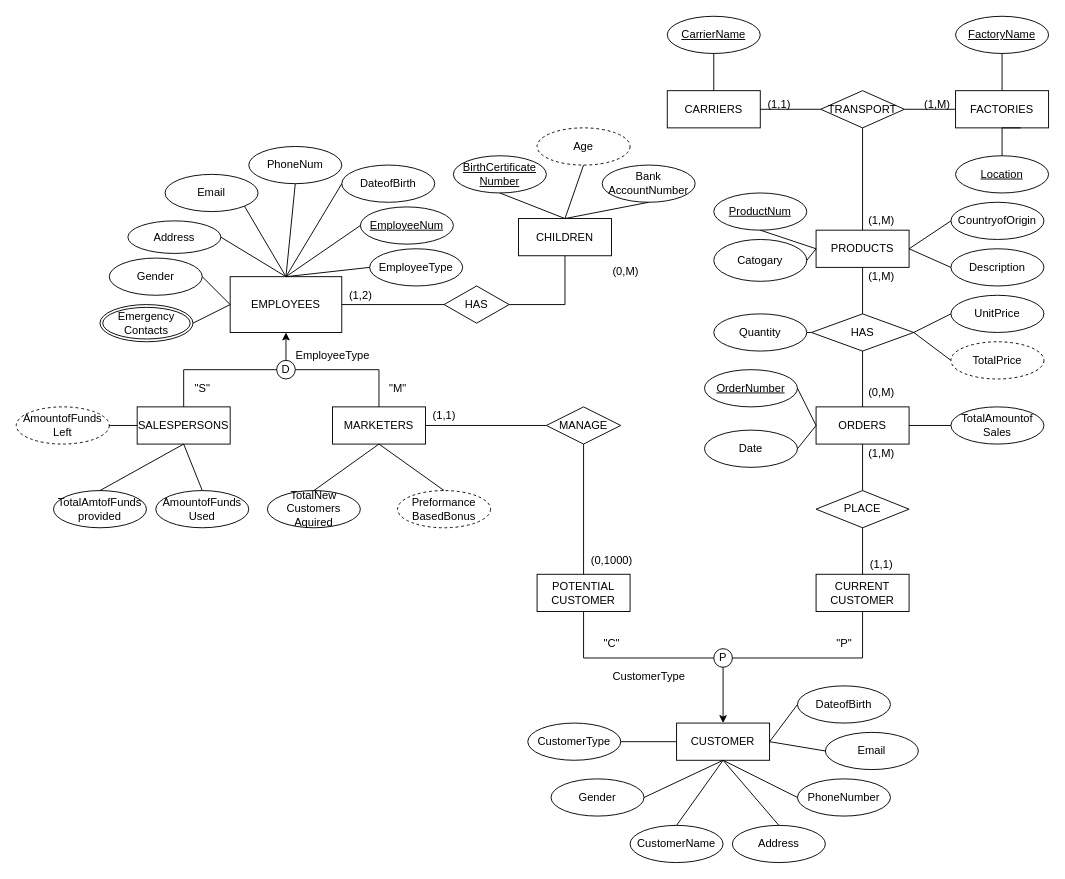
Above: Assignment 1.drawio in ZZZPraneethZZZ/Draw.IO-Test (draw.io), before the change. Source tidied: cells renumbered, new cells numbered last; positions are measured from the earlier drawing's top-left corner, leaving out a move shared by most shapes. Both pictures are drawn from the tidied source at 93%, with x=0, y=0 at pixel (16, 16).
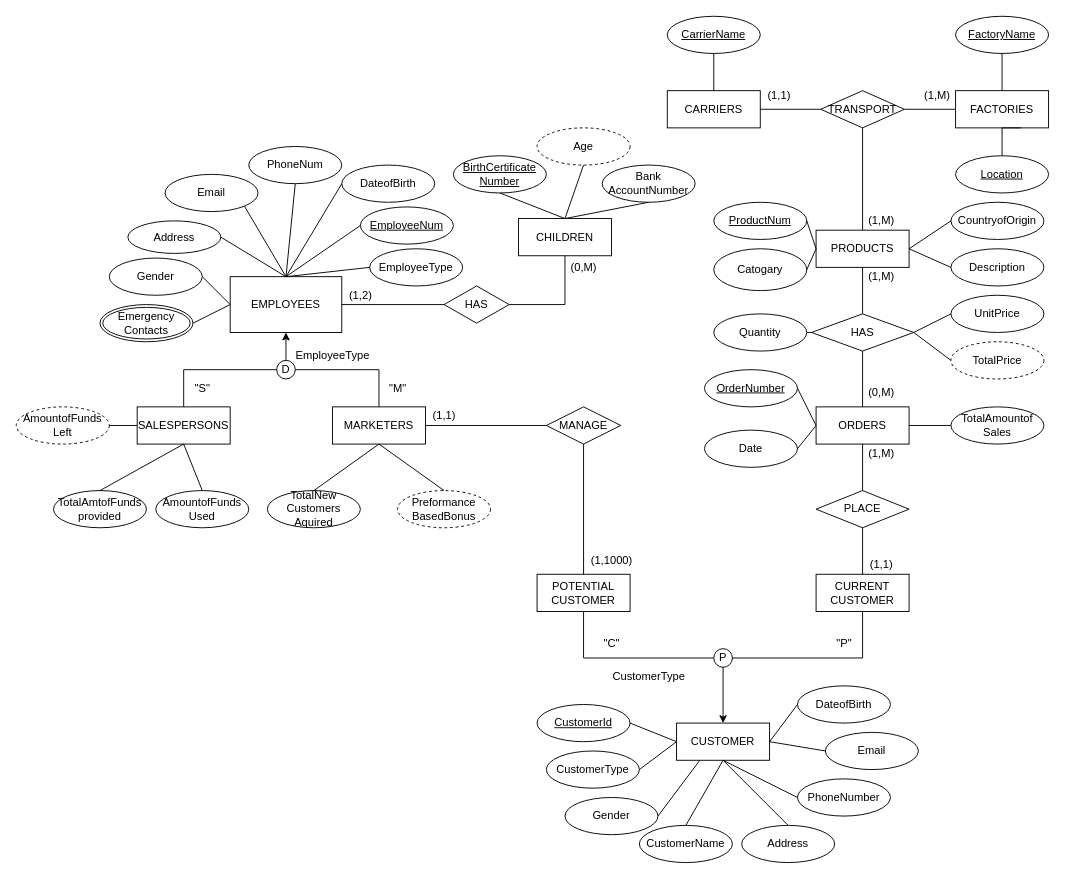
The same diagram, later.

Unchanged cells that the change refers to:
```xml
<mxCell id="58" value="CUSTOMER" style="whiteSpace=wrap;html=1;align=center;" parent="1" vertex="1">
  <mxGeometry x="710" y="760" width="100" height="40" as="geometry" />
</mxCell>
<mxCell id="91" value="PRODUCTS" style="whiteSpace=wrap;html=1;align=center;" parent="1" vertex="1">
  <mxGeometry x="860" y="230" width="100" height="40" as="geometry" />
</mxCell>
```

Diff of the diagram source:
```diff
@@
     <mxCell id="30" value="(0,M)" style="text;html=1;align=center;verticalAlign=middle;strokeColor=none;fillColor=none;" parent="1" vertex="1">
-      <mxGeometry x="630" y="260" width="50" height="30" as="geometry" />
+      <mxGeometry x="585" y="255" width="50" height="30" as="geometry" />
     </mxCell>
@@
     <mxCell id="61" value="&lt;span style=&quot;&quot;&gt;CustomerType&lt;/span&gt;" style="ellipse;whiteSpace=wrap;html=1;align=center;" parent="1" vertex="1">
-      <mxGeometry x="550" y="760" width="100" height="40" as="geometry" />
+      <mxGeometry x="570" y="790" width="100" height="40" as="geometry" />
     </mxCell>
@@
     <mxCell id="63" value="CustomerName" style="ellipse;whiteSpace=wrap;html=1;align=center;" parent="1" vertex="1">
-      <mxGeometry x="660" y="870" width="100" height="40" as="geometry" />
+      <mxGeometry x="670" y="870" width="100" height="40" as="geometry" />
     </mxCell>
     <mxCell id="64" value="&lt;span style=&quot;&quot;&gt;Address&lt;/span&gt;" style="ellipse;whiteSpace=wrap;html=1;align=center;" parent="1" vertex="1">
-      <mxGeometry x="770" y="870" width="100" height="40" as="geometry" />
+      <mxGeometry x="780" y="870" width="100" height="40" as="geometry" />
     </mxCell>
@@
     <mxCell id="68" value="Gender" style="ellipse;whiteSpace=wrap;html=1;align=center;" parent="1" vertex="1">
-      <mxGeometry x="575" y="820" width="100" height="40" as="geometry" />
+      <mxGeometry x="590" y="840" width="100" height="40" as="geometry" />
     </mxCell>
-    <mxCell id="69" style="endArrow=none;html=1;rounded=0;exitX=0.5;exitY=1;exitDx=0;exitDy=0;entryX=1;entryY=0.5;entryDx=0;entryDy=0;" parent="1" edge="1" source="58" target="68">
+    <mxCell id="69" style="endArrow=none;html=1;rounded=0;exitX=0.25;exitY=1;exitDx=0;exitDy=0;entryX=1;entryY=0.5;entryDx=0;entryDy=0;" parent="1" edge="1" source="58" target="68">
       <mxGeometry relative="1" as="geometry" />
     </mxCell>
@@
-    <mxCell id="77" value="(0,1000)" style="text;html=1;align=center;verticalAlign=middle;strokeColor=none;fillColor=none;" parent="1" vertex="1">
+    <mxCell id="77" value="(1,1000)" style="text;html=1;align=center;verticalAlign=middle;strokeColor=none;fillColor=none;" parent="1" vertex="1">
       <mxGeometry x="605" y="570" width="70" height="30" as="geometry" />
     </mxCell>
@@
     <mxCell id="97" value="Catogary" style="ellipse;whiteSpace=wrap;html=1;align=center;" parent="1" vertex="1">
-      <mxGeometry x="750" y="240" width="100" height="45" as="geometry" />
+      <mxGeometry x="750" y="250" width="100" height="45" as="geometry" />
     </mxCell>
     <mxCell id="98" value="ProductNum" style="ellipse;whiteSpace=wrap;html=1;align=center;fontStyle=4;" parent="1" vertex="1">
-      <mxGeometry x="750" y="190" width="100" height="40" as="geometry" />
+      <mxGeometry x="750" y="200" width="100" height="40" as="geometry" />
     </mxCell>
@@
-    <mxCell id="101" style="endArrow=none;html=1;rounded=0;exitX=0.5;exitY=1;exitDx=0;exitDy=0;entryX=0;entryY=0.5;entryDx=0;entryDy=0;" parent="1" edge="1" source="98" target="91">
+    <mxCell id="101" style="endArrow=none;html=1;rounded=0;exitX=1;exitY=0.5;exitDx=0;exitDy=0;entryX=0;entryY=0.5;entryDx=0;entryDy=0;" parent="1" edge="1" source="98" target="91">
       <mxGeometry relative="1" as="geometry" />
     </mxCell>
@@
     <mxCell id="121" value="(1,M)" style="text;html=1;align=center;verticalAlign=middle;strokeColor=none;fillColor=none;" parent="1" vertex="1">
-      <mxGeometry x="965" y="80" width="50" height="30" as="geometry" />
+      <mxGeometry x="965" y="70" width="50" height="30" as="geometry" />
     </mxCell>
     <mxCell id="122" value="(1,1)" style="text;html=1;align=center;verticalAlign=middle;strokeColor=none;fillColor=none;" parent="1" vertex="1">
-      <mxGeometry x="795" y="80" width="50" height="30" as="geometry" />
+      <mxGeometry x="795" y="70" width="50" height="30" as="geometry" />
     </mxCell>
@@
+    <mxCell id="127" value="CustomerId" style="ellipse;whiteSpace=wrap;html=1;align=center;fontStyle=4;" parent="1" vertex="1">
+      <mxGeometry x="560" y="740" width="100" height="40" as="geometry" />
+    </mxCell>
+    <mxCell id="128" style="endArrow=none;html=1;rounded=0;exitX=0;exitY=0.5;exitDx=0;exitDy=0;entryX=1;entryY=0.5;entryDx=0;entryDy=0;" parent="1" edge="1" source="58" target="127">
+      <mxGeometry relative="1" as="geometry" />
+    </mxCell>
```
